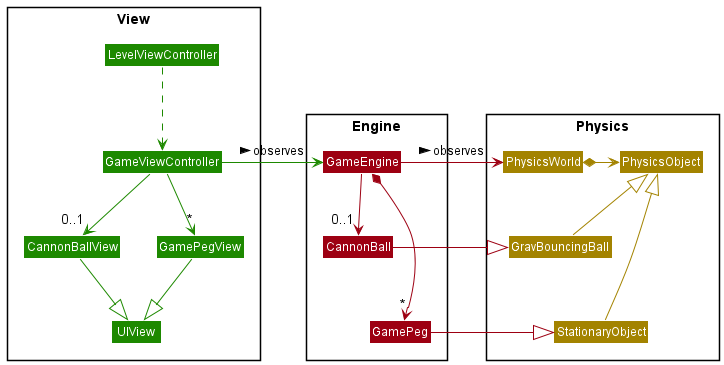
Before: docs/ArchitectureGame.png, a diagram exported from PlantUML (ong-yinggao98/NotPeggle). Source of this version:
```plantuml
@startuml
!include <office/Concepts/globe_internet>
!include <office/Concepts/documents>
!include <office/Users/user>
!include style.puml

Package View <<rectangle>> {
    class GameViewController UI_COLOR
    class UIView UI_COLOR
    class CannonBallView UI_COLOR
    class GamePegView UI_COLOR
    class LevelViewController UI_COLOR
}

Package Engine <<rectangle>> {
    class GameEngine MODEL_COLOR
    class GamePeg MODEL_COLOR
    class CannonBall MODEL_COLOR
}

Package Physics <<rectangle>> {
    class PhysicsWorld STORAGE_COLOR
    class PhysicsObject STORAGE_COLOR
    class GravBouncingBall STORAGE_COLOR
    class StationaryObject STORAGE_COLOR
}

LevelViewController .-[UI_COLOR]> GameViewController

GameViewController -down[UI_COLOR]-> "*" GamePegView
GameViewController -down[UI_COLOR]-> "0..1" CannonBallView

GameViewController -[UI_COLOR]> GameEngine: observes >
CannonBallView -down[UI_COLOR]-|> UIView
GamePegView -down[UI_COLOR]-|> UIView

GameEngine -down[MODEL_COLOR]-> "0..1" CannonBall
GameEngine *-down[MODEL_COLOR]--> "*" GamePeg
GameEngine -left[MODEL_COLOR]-> PhysicsWorld: observes >
CannonBall -[MODEL_COLOR]|> GravBouncingBall
GamePeg -[MODEL_COLOR]|> StationaryObject

PhysicsWorld *-right[STORAGE_COLOR]-> PhysicsObject
GravBouncingBall -up[STORAGE_COLOR]-|> PhysicsObject
StationaryObject -up[STORAGE_COLOR]--|> PhysicsObject

@enduml
```
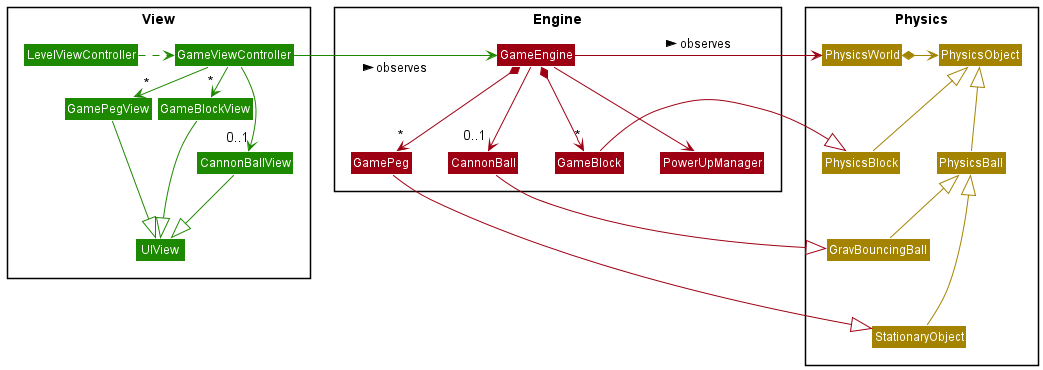
After the commit.

Commit message:
Added additional diagrams

Diff of the diagram source:
```diff
@@ -8,6 +8,7 @@
     class GameViewController UI_COLOR
     class UIView UI_COLOR
     class CannonBallView UI_COLOR
+    class GameBlockView UI_COLOR
     class GamePegView UI_COLOR
     class LevelViewController UI_COLOR
 }
@@ -15,33 +16,44 @@
 Package Engine <<rectangle>> {
     class GameEngine MODEL_COLOR
     class GamePeg MODEL_COLOR
+    class GameBlock MODEL_COLOR
     class CannonBall MODEL_COLOR
+    class PowerUpManager MODEL_COLOR
 }
 
 Package Physics <<rectangle>> {
     class PhysicsWorld STORAGE_COLOR
     class PhysicsObject STORAGE_COLOR
+    class PhysicsBall STORAGE_COLOR
+    class PhysicsBlock STORAGE_COLOR
     class GravBouncingBall STORAGE_COLOR
     class StationaryObject STORAGE_COLOR
 }
 
-LevelViewController .-[UI_COLOR]> GameViewController
+LevelViewController .-right[UI_COLOR]> GameViewController
 
-GameViewController -down[UI_COLOR]-> "*" GamePegView
+GameViewController -right[UI_COLOR]-> "*" GamePegView
+GameViewController -right[UI_COLOR]-> "*" GameBlockView
 GameViewController -down[UI_COLOR]-> "0..1" CannonBallView
 
 GameViewController -[UI_COLOR]> GameEngine: observes >
 CannonBallView -down[UI_COLOR]-|> UIView
 GamePegView -down[UI_COLOR]-|> UIView
+GameBlockView -down[UI_COLOR]-|> UIView
 
 GameEngine -down[MODEL_COLOR]-> "0..1" CannonBall
-GameEngine *-down[MODEL_COLOR]--> "*" GamePeg
+GameEngine *-down[MODEL_COLOR]-> "*" GameBlock
+GameEngine *-down[MODEL_COLOR]-> "*" GamePeg
+GameEngine -[MODEL_COLOR]-> PowerUpManager
 GameEngine -left[MODEL_COLOR]-> PhysicsWorld: observes >
 CannonBall -[MODEL_COLOR]|> GravBouncingBall
 GamePeg -[MODEL_COLOR]|> StationaryObject
+GameBlock -[MODEL_COLOR]|> PhysicsBlock
 
 PhysicsWorld *-right[STORAGE_COLOR]-> PhysicsObject
-GravBouncingBall -up[STORAGE_COLOR]-|> PhysicsObject
-StationaryObject -up[STORAGE_COLOR]--|> PhysicsObject
+PhysicsBlock -up[STORAGE_COLOR]-|> PhysicsObject
+PhysicsBall -up[STORAGE_COLOR]-|> PhysicsObject
+GravBouncingBall -up[STORAGE_COLOR]-|> PhysicsBall
+StationaryObject -up[STORAGE_COLOR]--|> PhysicsBall
 
 @enduml
```
